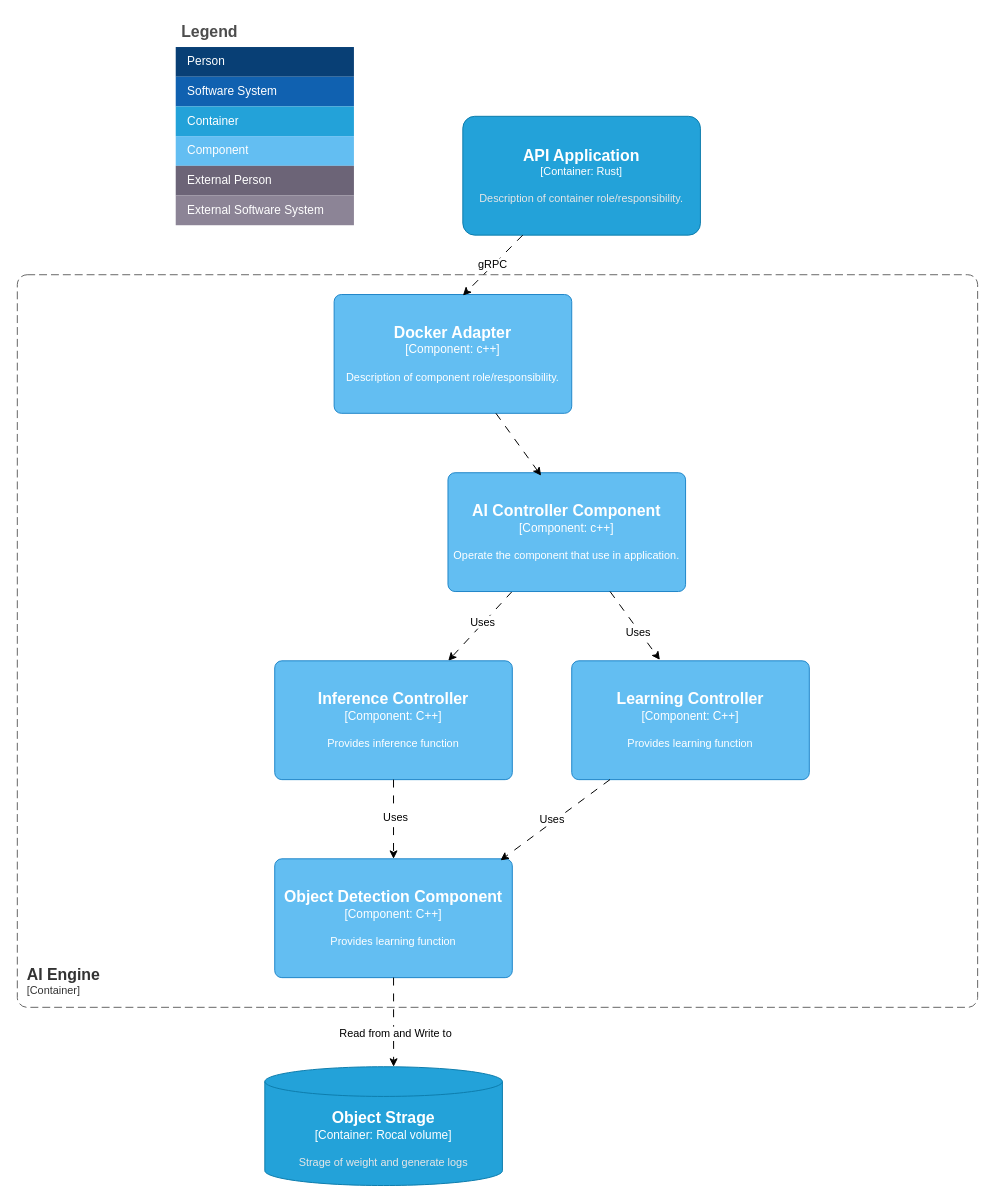
The draw.io diagram page "AI Engine" (2 of 2) of docs/specs/easy-ai-tools.drawio in di-go11/dl-node-editor, before the edit. Source tidied: cells renumbered, new cells numbered last; positions are measured from the earlier drawing's top-left corner, leaving out a move shared by most shapes. Both pictures are drawn from the tidied source at 99%, with x=0, y=0 at pixel (17, 17).
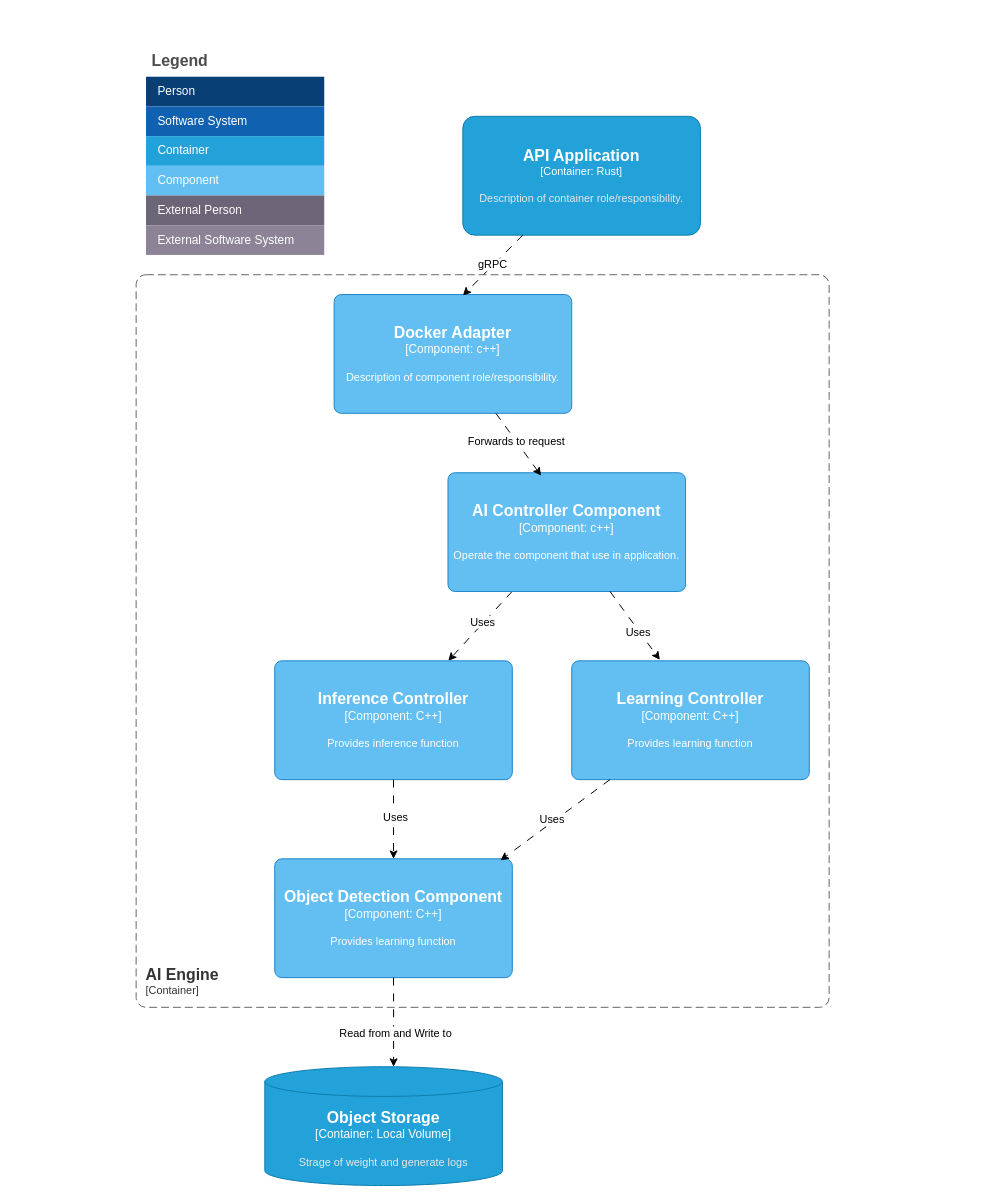
After the change.

Commit message:
refacter: 図の更新

The change refers to these unchanged cells:
```xml
<mxCell id="20" style="edgeStyle=none;html=1;entryX=0.392;entryY=0.025;entryDx=0;entryDy=0;entryPerimeter=0;dashed=1;dashPattern=8 8;" parent="1" edge="1" source="19" target="18">
  <mxGeometry relative="1" as="geometry" />
</mxCell>
```

What changed in the source:
```diff
@@
     <mxCell id="2" value="Legend" style="shape=table;startSize=30;childLayout=tableLayout;fontSize=16;align=left;verticalAlign=top;fillColor=none;strokeColor=none;fontColor=#4D4D4D;fontStyle=1;spacingLeft=6;spacing=0;" parent="1" vertex="1">
-      <mxGeometry x="160" width="180" height="210" as="geometry" />
+      <mxGeometry x="130" y="30" width="180" height="210" as="geometry" />
     </mxCell>
@@
     <object id="15" label="&lt;font style=&quot;font-size: 16px&quot;&gt;&lt;b&gt;&lt;div style=&quot;text-align: left&quot;&gt;%c4Name%&lt;/div&gt;&lt;/b&gt;&lt;/font&gt;&lt;div style=&quot;text-align: left&quot;&gt;[%c4Application%]&lt;/div&gt;" c4Application="Container" c4Name="AI Engine" placeholders="1">
       <mxCell style="rounded=1;fontSize=11;whiteSpace=wrap;html=1;dashed=1;arcSize=20;fillColor=none;strokeColor=#666666;fontColor=#333333;labelBackgroundColor=none;align=left;verticalAlign=bottom;labelBorderColor=none;spacingTop=0;spacing=10;dashPattern=8 4;perimeter=rectanglePerimeter;noLabel=0;labelPadding=0;absoluteArcSize=1;" parent="1" vertex="1">
-        <mxGeometry y="260" width="970" height="740" as="geometry" />
+        <mxGeometry x="120" y="260" width="700" height="740" as="geometry" />
       </mxCell>
     </object>
@@
+    <mxCell id="36" value="Forwards to request" style="edgeLabel;html=1;align=center;verticalAlign=middle;" parent="20" vertex="1">
+      <mxGeometry x="-0.13" relative="1" as="geometry" />
+    </mxCell>
@@
-    <object id="23" label="&lt;font style=&quot;font-size: 16px&quot;&gt;&lt;b&gt;%c4Name%&lt;/b&gt;&lt;/font&gt;&lt;div&gt;[%c4Type%:&amp;nbsp;%c4Technology%]&lt;/div&gt;&lt;br&gt;&lt;div&gt;&lt;font style=&quot;font-size: 11px&quot;&gt;&lt;font color=&quot;#E6E6E6&quot;&gt;%c4Description%&lt;/font&gt;&lt;/div&gt;" c4Description="Strage of weight and generate logs" c4Name="Object Strage" c4Technology="Rocal volume" c4Type="Container" placeholders="1">
+    <object id="23" label="&lt;font style=&quot;font-size: 16px&quot;&gt;&lt;b&gt;%c4Name%&lt;/b&gt;&lt;/font&gt;&lt;div&gt;[%c4Type%:&amp;nbsp;%c4Technology%]&lt;/div&gt;&lt;br&gt;&lt;div&gt;&lt;font style=&quot;font-size: 11px&quot;&gt;&lt;font color=&quot;#E6E6E6&quot;&gt;%c4Description%&lt;/font&gt;&lt;/div&gt;" c4Description="Strage of weight and generate logs" c4Name="Object Storage" c4Technology="Local Volume" c4Type="Container" placeholders="1">
       <mxCell style="shape=cylinder3;size=15;whiteSpace=wrap;html=1;boundedLbl=1;rounded=0;labelBackgroundColor=none;fillColor=#23A2D9;fontSize=12;fontColor=#ffffff;align=center;strokeColor=#0E7DAD;points=[[0.5,0,0],[1,0.25,0],[1,0.5,0],[1,0.75,0],[0.5,1,0],[0,0.75,0],[0,0.5,0],[0,0.25,0]];" parent="1" vertex="1">
         <mxGeometry x="250" y="1060" width="240" height="120" as="geometry" />
       </mxCell>
     </object>
```
